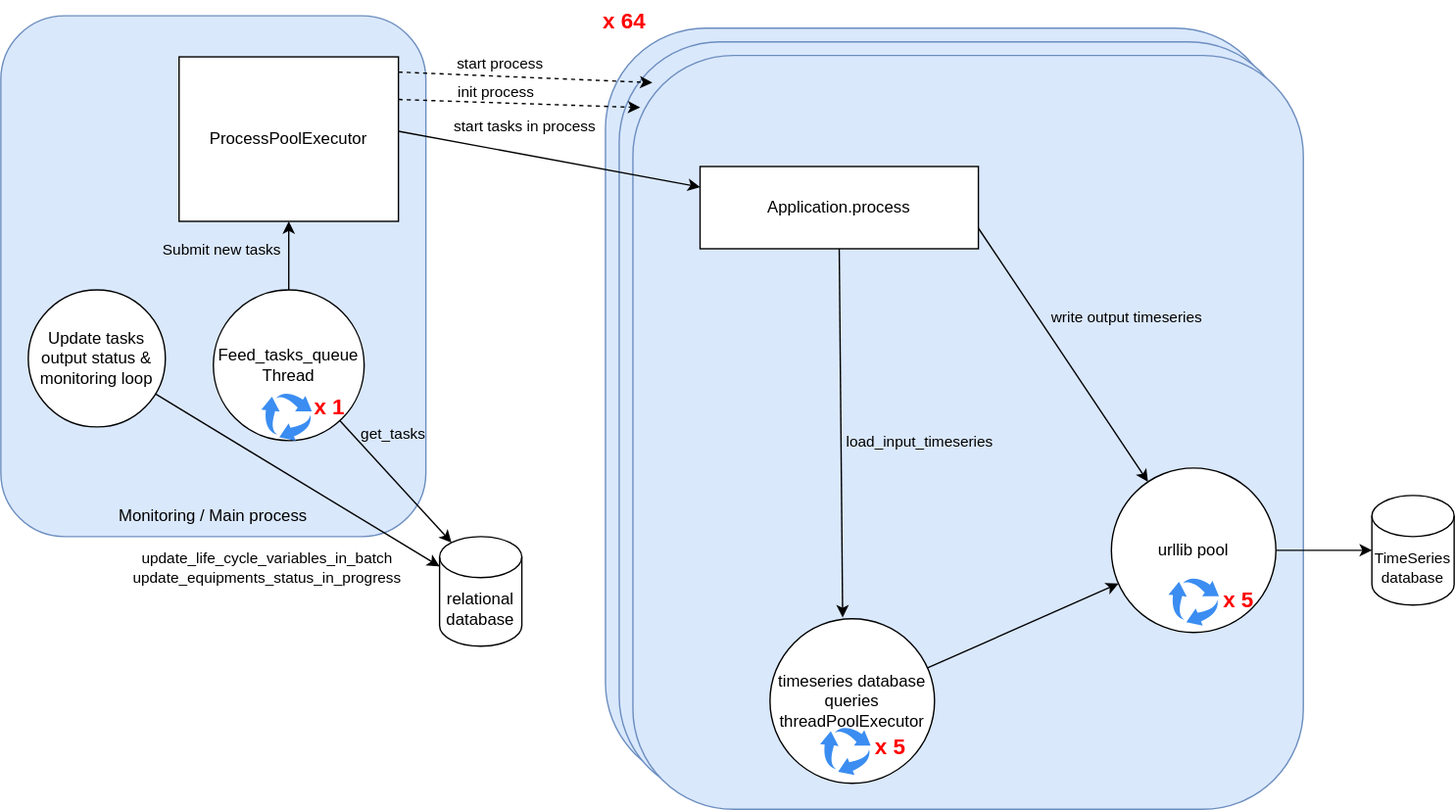
Earlier version of the draw.io export slides/media/archi.drawio.svg (Purecontrol/breizhcamp_bench_python_containers). Source tidied: cells renumbered, new cells last; positions are measured from the earlier drawing's top-left corner, leaving out a move shared by most shapes.
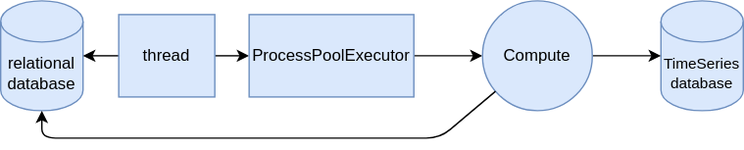
The same diagram one commit later.

What changed in the source:
```diff
@@ -2,143 +2,40 @@
   <root>
     <mxCell id="0" />
     <mxCell id="1" parent="0" />
-    <mxCell id="2" style="rounded=1;whiteSpace=wrap;html=1;fillColor=#dae8fc;strokeColor=#6c8ebf;" parent="1" vertex="1">
-      <mxGeometry y="11" width="310" height="380" as="geometry" />
-    </mxCell>
+    <mxCell id="40" style="edgeStyle=none;html=1;" parent="1" edge="1" source="46" target="3">
+      <mxGeometry relative="1" as="geometry" />
+    </mxCell>
+    <mxCell id="39" value="relational database" style="shape=cylinder3;whiteSpace=wrap;html=1;boundedLbl=1;backgroundOutline=1;size=15;fillColor=#dae8fc;strokeColor=#6c8ebf;" parent="1" vertex="1">
+      <mxGeometry x="-30" y="751" width="60" height="80" as="geometry" />
+    </mxCell>
+    <mxCell id="41" style="edgeStyle=none;html=1;" parent="1" edge="1" source="3" target="43">
+      <mxGeometry relative="1" as="geometry" />
+    </mxCell>
-    <mxCell id="3" value="ProcessPoolExecutor" style="rounded=0;whiteSpace=wrap;html=1;" parent="1" vertex="1">
-      <mxGeometry x="130" y="41" width="160" height="120" as="geometry" />
+    <mxCell id="3" value="ProcessPoolExecutor" style="whiteSpace=wrap;html=1;fillColor=#dae8fc;strokeColor=#6c8ebf;" parent="1" vertex="1">
+      <mxGeometry x="151" y="761" width="120" height="60" as="geometry" />
     </mxCell>
-    <mxCell id="4" style="edgeStyle=none;html=1;" parent="1" edge="1" source="8" target="3">
-      <mxGeometry relative="1" as="geometry" />
-    </mxCell>
-    <mxCell id="5" value="Submit new tasks" style="edgeLabel;html=1;align=center;verticalAlign=middle;labelBackgroundColor=none;" parent="4" vertex="1">
-      <mxGeometry x="0.47" y="1" relative="1" as="geometry">
-        <mxPoint x="-49" y="7" as="offset" />
-      </mxGeometry>
-    </mxCell>
-    <mxCell id="6" style="edgeStyle=none;html=1;entryX=0.145;entryY=0;entryDx=0;entryDy=4.35;entryPerimeter=0;" parent="1" edge="1" source="8" target="37">
-      <mxGeometry relative="1" as="geometry" />
-    </mxCell>
-    <mxCell id="7" value="get_tasks" style="edgeLabel;html=1;align=center;verticalAlign=middle;labelBackgroundColor=none;" parent="6" vertex="1">
-      <mxGeometry x="-0.35" relative="1" as="geometry">
-        <mxPoint x="12" y="-20" as="offset" />
-      </mxGeometry>
-    </mxCell>
-    <mxCell id="8" value="Feed_tasks_queue&lt;br&gt;Thread" style="ellipse;whiteSpace=wrap;html=1;" parent="1" vertex="1">
-      <mxGeometry x="155" y="211" width="110" height="110" as="geometry" />
-    </mxCell>
-    <mxCell id="9" style="sketch=0;html=1;strokeColor=none;shadow=0;fillColor=#3B8DF1;verticalAlign=top;labelPosition=center;verticalLabelPosition=bottom;shape=mxgraph.gcp2.arrow_cycle;" parent="1" vertex="1">
-      <mxGeometry x="190" y="286" width="36.8" height="35" as="geometry" />
-    </mxCell>
-    <mxCell id="10" value="Monitoring / Main process" style="text;html=1;align=center;verticalAlign=middle;whiteSpace=wrap;rounded=0;" parent="1" vertex="1">
-      <mxGeometry x="70" y="361" width="170" height="30" as="geometry" />
-    </mxCell>
-    <mxCell id="11" value="Update tasks output status &amp;amp; monitoring loop" style="ellipse;whiteSpace=wrap;html=1;" parent="1" vertex="1">
-      <mxGeometry x="20" y="211" width="100" height="100" as="geometry" />
-    </mxCell>
-    <mxCell id="12" style="rounded=1;whiteSpace=wrap;html=1;fillColor=#dae8fc;strokeColor=#6c8ebf;" parent="1" vertex="1">
-      <mxGeometry x="441" y="20" width="489" height="551" as="geometry" />
-    </mxCell>
-    <mxCell id="13" style="rounded=1;whiteSpace=wrap;html=1;fillColor=#dae8fc;strokeColor=#6c8ebf;" parent="1" vertex="1">
-      <mxGeometry x="451" y="30" width="489" height="551" as="geometry" />
-    </mxCell>
-    <mxCell id="14" style="rounded=1;whiteSpace=wrap;html=1;verticalAlign=top;align=center;fillColor=#dae8fc;strokeColor=#6c8ebf;" parent="1" vertex="1">
-      <mxGeometry x="461" y="40" width="489" height="550" as="geometry" />
-    </mxCell>
-    <mxCell id="15" style="edgeStyle=none;html=1;entryX=0;entryY=0.25;entryDx=0;entryDy=0;" parent="1" edge="1" target="17">
-      <mxGeometry relative="1" as="geometry">
-        <mxPoint x="290" y="95.2" as="sourcePoint" />
-      </mxGeometry>
-    </mxCell>
-    <mxCell id="16" value="start tasks in process" style="edgeLabel;html=1;align=center;verticalAlign=middle;labelBackgroundColor=none;" parent="15" vertex="1">
-      <mxGeometry x="-0.34" y="1" relative="1" as="geometry">
-        <mxPoint x="17" y="-17" as="offset" />
-      </mxGeometry>
-    </mxCell>
-    <mxCell id="17" value="&lt;span style=&quot;color: rgb(0, 0, 0);&quot;&gt;Application.process&lt;/span&gt;" style="rounded=0;whiteSpace=wrap;html=1;" parent="1" vertex="1">
-      <mxGeometry x="510" y="121" width="203" height="60" as="geometry" />
-    </mxCell>
-    <mxCell id="18" style="edgeStyle=none;html=1;exitX=1;exitY=0.75;exitDx=0;exitDy=0;" parent="1" edge="1" source="17" target="33">
-      <mxGeometry relative="1" as="geometry" />
-    </mxCell>
-    <mxCell id="19" value="&lt;div&gt;write output timeseries&lt;/div&gt;" style="edgeLabel;html=1;align=center;verticalAlign=middle;labelBackgroundColor=none;" parent="18" vertex="1">
-      <mxGeometry x="0.25" y="-2" relative="1" as="geometry">
-        <mxPoint x="31" y="-53" as="offset" />
-      </mxGeometry>
-    </mxCell>
-    <mxCell id="20" style="edgeStyle=none;html=1;entryX=0.5;entryY=0;entryDx=0;entryDy=0;exitX=0.5;exitY=1;exitDx=0;exitDy=0;" parent="1" edge="1" source="17">
-      <mxGeometry relative="1" as="geometry">
-        <mxPoint x="614" y="450" as="targetPoint" />
-      </mxGeometry>
-    </mxCell>
-    <mxCell id="21" value="load_input_timeseries" style="edgeLabel;html=1;align=center;verticalAlign=middle;labelBackgroundColor=none;" parent="20" vertex="1">
-      <mxGeometry x="-0.09" y="2" relative="1" as="geometry">
-        <mxPoint x="55" y="17" as="offset" />
-      </mxGeometry>
-    </mxCell>
-    <mxCell id="22" value="TimeSeries database" style="shape=cylinder3;whiteSpace=wrap;html=1;boundedLbl=1;backgroundOutline=1;size=15;fontSize=11;" parent="1" vertex="1">
-      <mxGeometry x="1000" y="361" width="60" height="80" as="geometry" />
+    <mxCell id="22" value="TimeSeries database" style="shape=cylinder3;whiteSpace=wrap;html=1;boundedLbl=1;backgroundOutline=1;size=15;fontSize=11;fillColor=#dae8fc;strokeColor=#6c8ebf;" parent="1" vertex="1">
+      <mxGeometry x="451" y="751" width="60" height="80" as="geometry" />
     </mxCell>
-    <mxCell id="23" value="&lt;div&gt;&lt;span style=&quot;color: rgb(0, 0, 0);&quot;&gt;timeseries database queries&lt;/span&gt;&lt;/div&gt;&lt;span style=&quot;color: rgb(0, 0, 0);&quot;&gt;threadPoolExecutor&lt;/span&gt;" style="ellipse;whiteSpace=wrap;html=1;" parent="1" vertex="1">
-      <mxGeometry x="561" y="451" width="120" height="120" as="geometry" />
-    </mxCell>
-    <mxCell id="24" style="sketch=0;html=1;strokeColor=none;shadow=0;fillColor=#3B8DF1;verticalAlign=top;labelPosition=center;verticalLabelPosition=bottom;shape=mxgraph.gcp2.arrow_cycle;" parent="1" vertex="1">
-      <mxGeometry x="597.6" y="530" width="36.8" height="35" as="geometry" />
-    </mxCell>
-    <mxCell id="25" style="edgeStyle=none;html=1;" parent="1" edge="1" source="23" target="33">
-      <mxGeometry relative="1" as="geometry" />
-    </mxCell>
-    <mxCell id="26" style="edgeStyle=none;html=1;entryX=0.011;entryY=0.069;entryDx=0;entryDy=0;entryPerimeter=0;dashed=1;" parent="1" edge="1" target="14">
-      <mxGeometry relative="1" as="geometry">
-        <mxPoint x="290" y="72.1" as="sourcePoint" />
-      </mxGeometry>
-    </mxCell>
-    <mxCell id="27" value="init process" style="edgeLabel;html=1;align=center;verticalAlign=middle;labelBackgroundColor=none;" parent="26" vertex="1">
-      <mxGeometry x="-0.34" y="1" relative="1" as="geometry">
-        <mxPoint x="12" y="-7" as="offset" />
-      </mxGeometry>
-    </mxCell>
-    <mxCell id="28" style="edgeStyle=none;html=1;entryX=0.029;entryY=0.036;entryDx=0;entryDy=0;entryPerimeter=0;dashed=1;" parent="1" edge="1" target="14">
-      <mxGeometry relative="1" as="geometry">
-        <mxPoint x="290" y="52.1" as="sourcePoint" />
-      </mxGeometry>
-    </mxCell>
-    <mxCell id="29" value="start process" style="edgeLabel;html=1;align=center;verticalAlign=middle;labelBackgroundColor=none;" parent="28" vertex="1">
-      <mxGeometry x="-0.34" y="1" relative="1" as="geometry">
-        <mxPoint x="12" y="-8" as="offset" />
-      </mxGeometry>
-    </mxCell>
-    <mxCell id="30" value="x 64" style="text;html=1;align=center;verticalAlign=middle;whiteSpace=wrap;rounded=0;fillColor=none;fontColor=#FF0000;fontStyle=1;fontSize=16;" parent="1" vertex="1">
-      <mxGeometry x="425" width="60" height="30" as="geometry" />
-    </mxCell>
-    <mxCell id="31" value="x 5" style="text;html=1;align=center;verticalAlign=middle;whiteSpace=wrap;rounded=0;fillColor=none;fontColor=#FF0000;fontStyle=1;fontSize=16;" parent="1" vertex="1">
-      <mxGeometry x="618.5" y="529" width="60" height="30" as="geometry" />
-    </mxCell>
-    <mxCell id="32" style="edgeStyle=none;html=1;exitX=1;exitY=0.5;exitDx=0;exitDy=0;" parent="1" edge="1" source="33" target="22">
-      <mxGeometry relative="1" as="geometry" />
-    </mxCell>
-    <mxCell id="33" value="&lt;div&gt;&lt;font color=&quot;#000000&quot;&gt;urllib pool&lt;/font&gt;&lt;/div&gt;" style="ellipse;whiteSpace=wrap;html=1;" parent="1" vertex="1">
-      <mxGeometry x="810" y="341" width="120" height="120" as="geometry" />
-    </mxCell>
-    <mxCell id="34" style="sketch=0;html=1;strokeColor=none;shadow=0;fillColor=#3B8DF1;verticalAlign=top;labelPosition=center;verticalLabelPosition=bottom;shape=mxgraph.gcp2.arrow_cycle;" parent="1" vertex="1">
-      <mxGeometry x="851.6" y="421" width="36.8" height="35" as="geometry" />
-    </mxCell>
-    <mxCell id="35" value="x 5" style="text;html=1;align=center;verticalAlign=middle;whiteSpace=wrap;rounded=0;fillColor=none;fontColor=#FF0000;fontStyle=1;fontSize=16;" parent="1" vertex="1">
-      <mxGeometry x="872.5" y="423" width="60" height="28" as="geometry" />
-    </mxCell>
-    <mxCell id="36" value="x 1" style="text;html=1;align=center;verticalAlign=middle;whiteSpace=wrap;rounded=0;fillColor=none;fontColor=#FF0000;fontStyle=1;fontSize=16;" parent="1" vertex="1">
-      <mxGeometry x="210" y="281" width="60" height="30" as="geometry" />
-    </mxCell>
-    <mxCell id="37" value="relational database" style="shape=cylinder3;whiteSpace=wrap;html=1;boundedLbl=1;backgroundOutline=1;size=15;" parent="1" vertex="1">
-      <mxGeometry x="320" y="391" width="60" height="80" as="geometry" />
-    </mxCell>
-    <mxCell id="38" style="edgeStyle=none;html=1;" parent="1" edge="1" source="11" target="37">
-      <mxGeometry relative="1" as="geometry" />
-    </mxCell>
-    <mxCell id="39" value="update_life_cycle_variables_in_batch&lt;br&gt;update_equipments_status_in_progress" style="edgeLabel;html=1;align=center;verticalAlign=middle;points=[];labelBackgroundColor=none;" parent="38" vertex="1">
-      <mxGeometry x="0.6" y="3" relative="1" as="geometry">
-        <mxPoint x="-86" y="28" as="offset" />
-      </mxGeometry>
-    </mxCell>
+    <mxCell id="42" style="edgeStyle=none;html=1;" parent="1" edge="1" source="43" target="22">
+      <mxGeometry relative="1" as="geometry" />
+    </mxCell>
+    <mxCell id="43" value="Compute" style="ellipse;whiteSpace=wrap;html=1;fillColor=#dae8fc;strokeColor=#6c8ebf;" parent="1" vertex="1">
+      <mxGeometry x="321" y="751" width="80" height="80" as="geometry" />
+    </mxCell>
+    <mxCell id="44" style="edgeStyle=none;html=1;entryX=0.5;entryY=1;entryDx=0;entryDy=0;entryPerimeter=0;" parent="1" edge="1" source="43" target="39">
+      <mxGeometry relative="1" as="geometry">
+        <Array as="points">
+          <mxPoint x="290" y="851" />
+          <mxPoint y="851" />
+        </Array>
+      </mxGeometry>
+    </mxCell>
+    <mxCell id="45" style="edgeStyle=none;html=1;startArrow=classic;startFill=1;endArrow=none;endFill=0;" parent="1" edge="1" source="39" target="46">
+      <mxGeometry relative="1" as="geometry" />
+    </mxCell>
+    <mxCell id="46" value="thread" style="whiteSpace=wrap;html=1;fillColor=#dae8fc;strokeColor=#6c8ebf;" parent="1" vertex="1">
+      <mxGeometry x="56" y="761" width="70" height="60" as="geometry" />
+    </mxCell>
   </root>
 </mxGraphModel>
```
